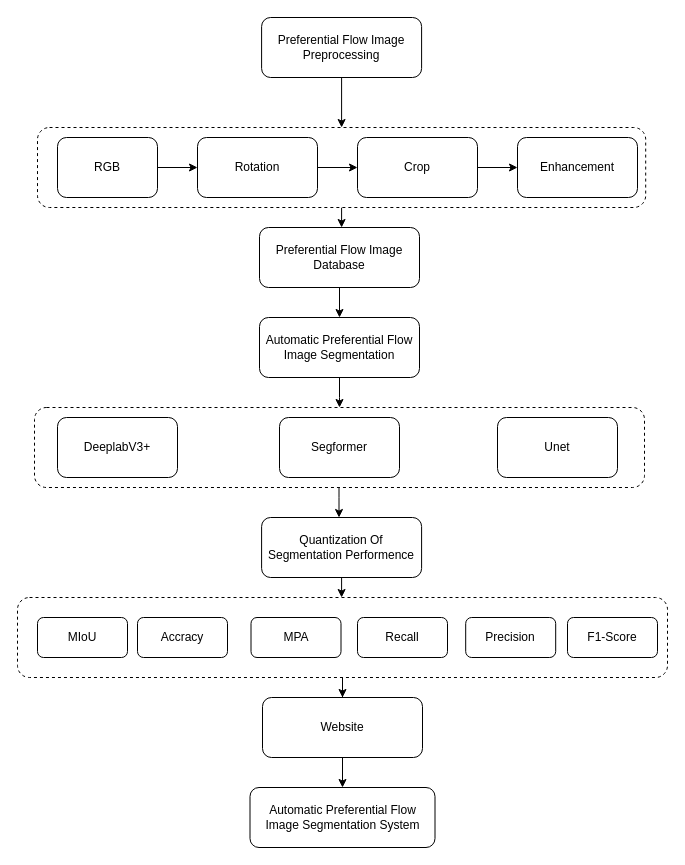
Above: 未命名绘图.drawio in lhy-nw1217/Draw (draw.io), before the change. Source tidied: cells renumbered, new cells numbered last; positions are measured from the earlier drawing's top-left corner, leaving out a move shared by most shapes. Both pictures are drawn from the tidied source at 100%, with x=0, y=0 at pixel (17, 17).
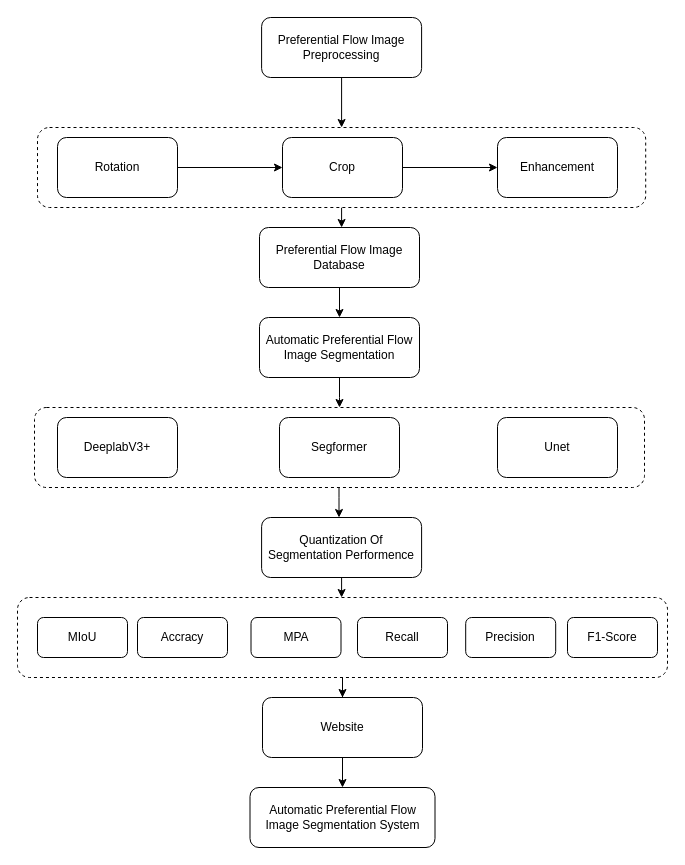
The same diagram, later.

Commit message:
Update 未命名绘图.drawio

Change to the diagram source:
```diff
@@
-    <mxCell id="4" style="edgeStyle=orthogonalEdgeStyle;rounded=0;jettySize=auto;html=1;" parent="1" edge="1" source="5" target="7">
-      <mxGeometry relative="1" as="geometry" />
-    </mxCell>
-    <mxCell id="5" value="RGB" style="rounded=1;whiteSpace=wrap;html=1;" parent="1" vertex="1">
-      <mxGeometry x="40" y="120" width="100" height="60" as="geometry" />
-    </mxCell>
@@
     <mxCell id="7" value="Rotation" style="rounded=1;whiteSpace=wrap;html=1;" parent="1" vertex="1">
-      <mxGeometry x="180" y="120" width="120" height="60" as="geometry" />
+      <mxGeometry x="40" y="120" width="120" height="60" as="geometry" />
     </mxCell>
@@
     <mxCell id="9" value="Crop" style="rounded=1;whiteSpace=wrap;html=1;" parent="1" vertex="1">
-      <mxGeometry x="340" y="120" width="120" height="60" as="geometry" />
+      <mxGeometry x="265" y="120" width="120" height="60" as="geometry" />
     </mxCell>
     <mxCell id="10" value="Enhancement" style="rounded=1;whiteSpace=wrap;html=1;" parent="1" vertex="1">
-      <mxGeometry x="500" y="120" width="120" height="60" as="geometry" />
+      <mxGeometry x="480" y="120" width="120" height="60" as="geometry" />
     </mxCell>
```
